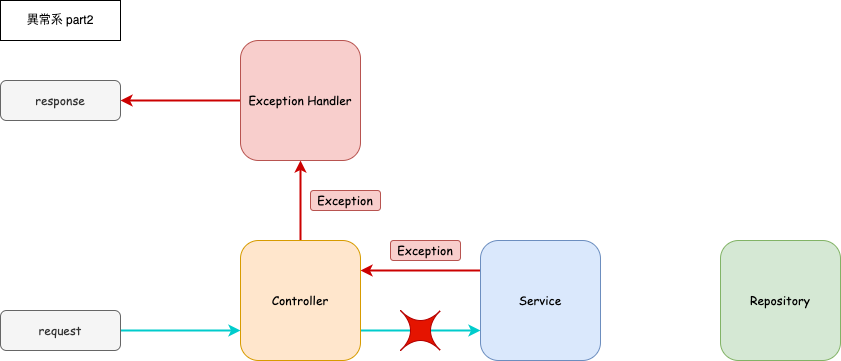
326-T/springboot-handson keeps this draw.io diagram as text/7. ExceptionHandlerについて/_images/ExceptionHandler-ng-2.drawio.png. Above is the earlier version. Source tidied: cells renumbered, new cells last; positions are measured from the earlier drawing's top-left corner, leaving out a move shared by most shapes.
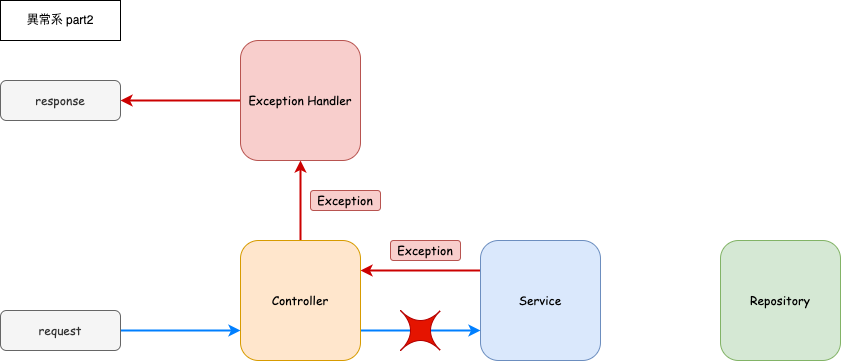
The same diagram one commit later.

What changed in the source:
```diff
@@ -14,7 +14,7 @@
     <mxCell id="5" style="edgeStyle=none;html=1;exitX=0;exitY=0.5;exitDx=0;exitDy=0;entryX=1;entryY=0.5;entryDx=0;entryDy=0;fontColor=#0000FF;fontSize=13;strokeColor=#CC0000;strokeWidth=2;" parent="1" edge="1" source="9" target="12">
       <mxGeometry relative="1" as="geometry" />
     </mxCell>
-    <mxCell id="6" style="edgeStyle=none;html=1;exitX=1;exitY=0.75;exitDx=0;exitDy=0;entryX=0;entryY=0.75;entryDx=0;entryDy=0;fontColor=#0000FF;fontSize=13;strokeColor=#00CCCC;strokeWidth=2;" parent="1" edge="1" source="8" target="3">
+    <mxCell id="6" style="edgeStyle=none;html=1;exitX=1;exitY=0.75;exitDx=0;exitDy=0;entryX=0;entryY=0.75;entryDx=0;entryDy=0;fontColor=#0000FF;fontSize=13;strokeColor=#007FFF;strokeWidth=2;" parent="1" edge="1" source="8" target="3">
       <mxGeometry relative="1" as="geometry" />
     </mxCell>
     <mxCell id="7" style="edgeStyle=none;html=1;exitX=0.5;exitY=0;exitDx=0;exitDy=0;entryX=0.5;entryY=1;entryDx=0;entryDy=0;strokeWidth=2;strokeColor=#CC0000;" parent="1" edge="1" source="8" target="9">
@@ -26,7 +26,7 @@
     <mxCell id="9" value="Exception Handler" style="whiteSpace=wrap;html=1;rounded=1;fillColor=#f8cecc;strokeColor=#b85450;fontFamily=Comic Sans MS;" parent="1" vertex="1">
       <mxGeometry x="240" y="40" width="120" height="120" as="geometry" />
     </mxCell>
-    <mxCell id="10" style="edgeStyle=none;html=1;exitX=1;exitY=0.5;exitDx=0;exitDy=0;entryX=0;entryY=0.75;entryDx=0;entryDy=0;fontColor=#0000FF;fontSize=13;strokeColor=#00CCCC;strokeWidth=2;" parent="1" edge="1" source="11" target="8">
+    <mxCell id="10" style="edgeStyle=none;html=1;exitX=1;exitY=0.5;exitDx=0;exitDy=0;entryX=0;entryY=0.75;entryDx=0;entryDy=0;fontColor=#0000FF;fontSize=13;strokeColor=#007FFF;strokeWidth=2;" parent="1" edge="1" source="11" target="8">
       <mxGeometry relative="1" as="geometry" />
     </mxCell>
     <mxCell id="11" value="request" style="whiteSpace=wrap;html=1;fillColor=#f5f5f5;fontColor=#333333;strokeColor=#666666;rounded=1;fontFamily=Comic Sans MS;" parent="1" vertex="1">
```
